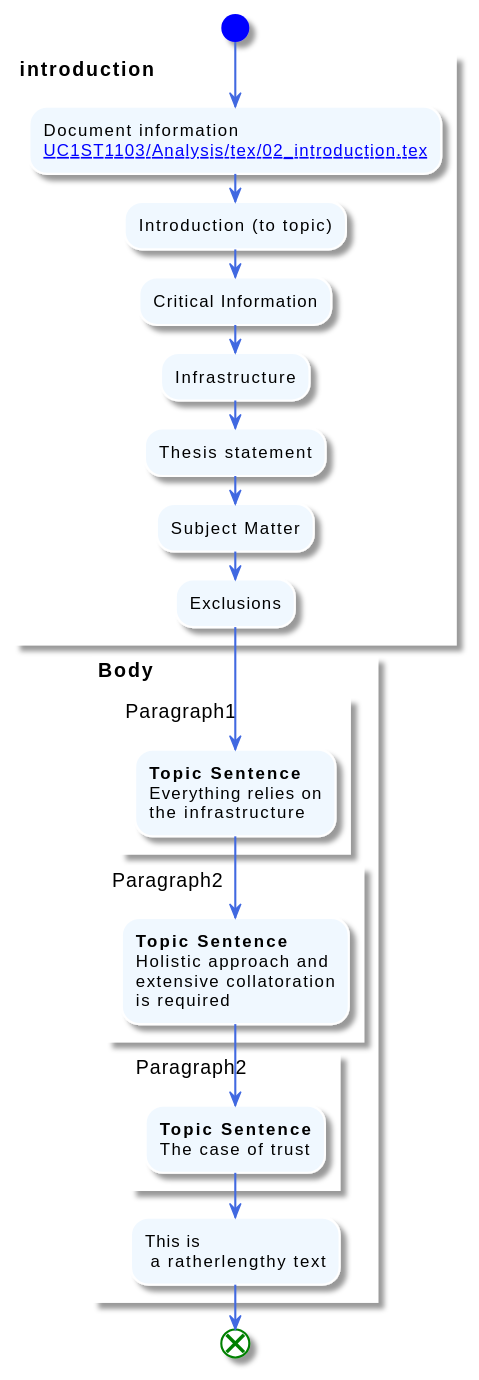
Before: tex/Studio_1_Activity_Diagram.svg, a diagram exported from PlantUML (Dale-NUC/Studio1_Analysis). Its diagram source:
```plantuml
@startuml Studio_1_Activity_Diagram

skinparam ActivityFontColor automatic
skinparam ActivityBackgroundColor #AliceBlue
skinparam ActivityBorderColor #transparent
skinparam ActivityStartColor #Blue
skinparam ActivityEndColor #Green
skinparam PartitionBorderColor #white
skinparam ArrowColor #RoyalBlue

start

partition **introduction** {
    :Document information
    [[UC1ST1103/Analysis/tex/02_introduction.tex]];
    :Introduction (to topic);
    :Critical Information;
    :Infrastructure;
    :Thesis statement;
    :Subject Matter;
    :Exclusions;
}

partition **Body** {
    partition Paragraph1 {
        :**Topic Sentence**
        Everything relies on
        the infrastructure;

    }

    partition Paragraph2 {
        :**Topic Sentence**
        Holistic approach and
        extensive collatoration
        is required;
    }

    partition Paragraph2 {
        :**Topic Sentence**
        The case of trust;
    }

    :This is
     a ratherlengthy text;
}

end

@enduml
```
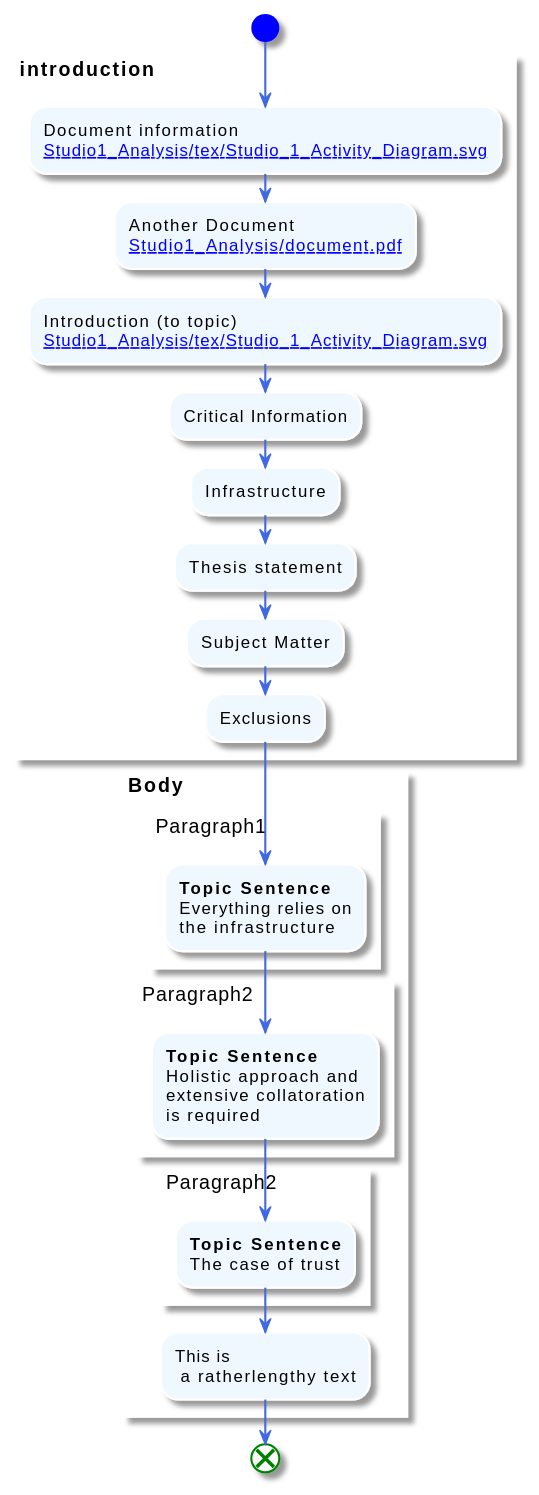
Above is the later version.

Diff of the diagram source:
```diff
@@ -12,8 +12,11 @@
 
 partition **introduction** {
     :Document information
-    [[UC1ST1103/Analysis/tex/02_introduction.tex]];
-    :Introduction (to topic);
+    [[Studio1_Analysis/tex/Studio_1_Activity_Diagram.svg]];
+    :Another Document
+    [[Studio1_Analysis/document.pdf]];
+    :Introduction (to topic)
+    [[Studio1_Analysis/tex/Studio_1_Activity_Diagram.svg]];
     :Critical Information;
     :Infrastructure;
     :Thesis statement;
```
